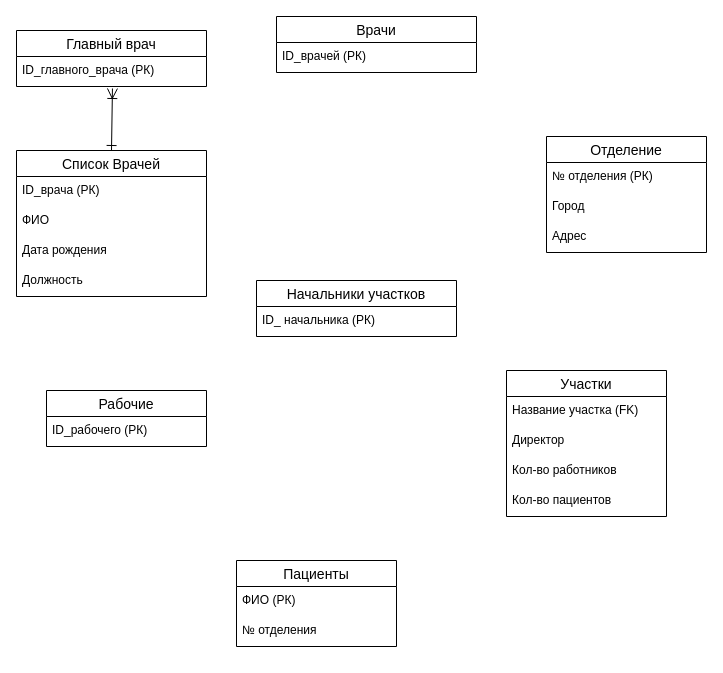
This is Диаграмма без названия.drawio from pathetic01/sql, a draw.io file, before an edit. Source tidied: cells renumbered, new cells numbered last; positions are measured from the earlier drawing's top-left corner, leaving out a move shared by most shapes. Both pictures are drawn from the tidied source at 100%, with x=0, y=0 at pixel (16, 16).
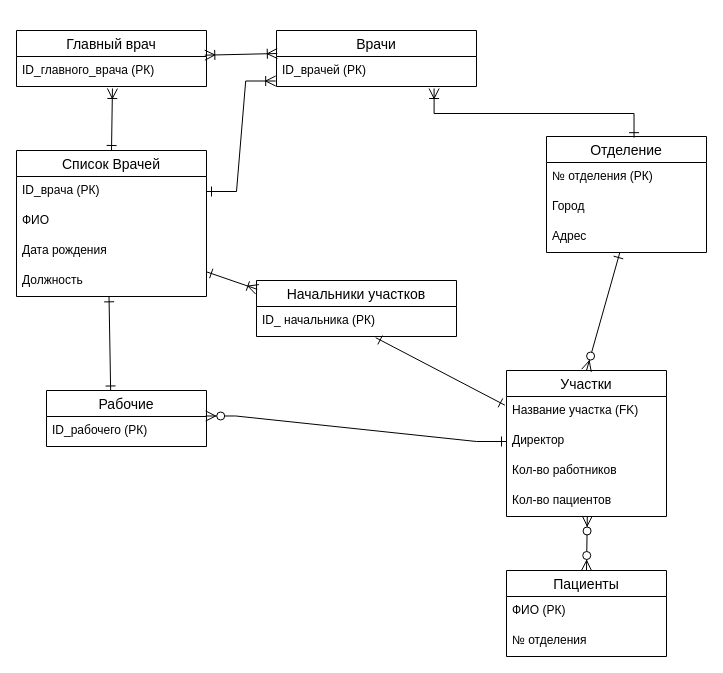
After the change.

Unchanged cells that the change refers to:
```xml
<mxCell id="3" value="ID_главного_врача (РК)" style="text;strokeColor=none;fillColor=none;spacingLeft=4;spacingRight=4;overflow=hidden;points=[[0,0.5],[1,0.5]];portConstraint=eastwest;fontSize=12;" parent="2" vertex="1">
  <mxGeometry y="26" width="190" height="30" as="geometry" />
</mxCell>
<mxCell id="5" value="ID_врачей (РК)" style="text;strokeColor=none;fillColor=none;spacingLeft=4;spacingRight=4;overflow=hidden;points=[[0,0.5],[1,0.5]];portConstraint=eastwest;fontSize=12;" parent="4" vertex="1">
  <mxGeometry y="26" width="200" height="30" as="geometry" />
</mxCell>
<mxCell id="7" value="ID_врача (РК)" style="text;strokeColor=none;fillColor=none;spacingLeft=4;spacingRight=4;overflow=hidden;points=[[0,0.5],[1,0.5]];portConstraint=eastwest;fontSize=12;" parent="6" vertex="1">
  <mxGeometry y="26" width="190" height="30" as="geometry" />
</mxCell>
<mxCell id="10" value="Должность" style="text;strokeColor=none;fillColor=none;spacingLeft=4;spacingRight=4;overflow=hidden;points=[[0,0.5],[1,0.5]];portConstraint=eastwest;fontSize=12;" parent="6" vertex="1">
  <mxGeometry y="116" width="190" height="30" as="geometry" />
</mxCell>
<mxCell id="11" value="Начальники участков" style="swimlane;fontStyle=0;horizontal=1;startSize=26;align=center;fontSize=14;" parent="1" vertex="1">
  <mxGeometry x="240" y="264" width="200" height="56" as="geometry" />
</mxCell>
<mxCell id="12" value="ID_ начальника (РК)" style="text;strokeColor=none;fillColor=none;spacingLeft=4;spacingRight=4;overflow=hidden;points=[[0,0.5],[1,0.5]];portConstraint=eastwest;fontSize=12;" parent="11" vertex="1">
  <mxGeometry y="26" width="200" height="30" as="geometry" />
</mxCell>
<mxCell id="13" value="Отделение" style="swimlane;fontStyle=0;horizontal=1;startSize=26;align=center;fontSize=14;" parent="1" vertex="1">
  <mxGeometry x="530" y="120" width="160" height="116" as="geometry" />
</mxCell>
<mxCell id="16" value="Адрес" style="text;strokeColor=none;fillColor=none;spacingLeft=4;spacingRight=4;overflow=hidden;points=[[0,0.5],[1,0.5]];portConstraint=eastwest;fontSize=12;" parent="13" vertex="1">
  <mxGeometry y="86" width="160" height="30" as="geometry" />
</mxCell>
<mxCell id="17" value="Рабочие" style="swimlane;fontStyle=0;horizontal=1;startSize=26;align=center;fontSize=14;" parent="1" vertex="1">
  <mxGeometry x="30" y="374" width="160" height="56" as="geometry" />
</mxCell>
<mxCell id="18" value="ID_рабочего (РК)" style="text;strokeColor=none;fillColor=none;spacingLeft=4;spacingRight=4;overflow=hidden;points=[[0,0.5],[1,0.5]];portConstraint=eastwest;fontSize=12;" parent="17" vertex="1">
  <mxGeometry y="26" width="160" height="30" as="geometry" />
</mxCell>
<mxCell id="19" value="Участки" style="swimlane;fontStyle=0;horizontal=1;startSize=26;align=center;fontSize=14;" parent="1" vertex="1">
  <mxGeometry x="490" y="354" width="160" height="146" as="geometry" />
</mxCell>
<mxCell id="20" value="Название участка (FK)" style="text;strokeColor=none;fillColor=none;spacingLeft=4;spacingRight=4;overflow=hidden;points=[[0,0.5],[1,0.5]];portConstraint=eastwest;fontSize=12;" parent="19" vertex="1">
  <mxGeometry y="26" width="160" height="30" as="geometry" />
</mxCell>
<mxCell id="21" value="Директор" style="text;strokeColor=none;fillColor=none;spacingLeft=4;spacingRight=4;overflow=hidden;points=[[0,0.5],[1,0.5]];portConstraint=eastwest;fontSize=12;" parent="19" vertex="1">
  <mxGeometry y="56" width="160" height="30" as="geometry" />
</mxCell>
<mxCell id="23" value="Кол-во пациентов" style="text;strokeColor=none;fillColor=none;spacingLeft=4;spacingRight=4;overflow=hidden;points=[[0,0.5],[1,0.5]];portConstraint=eastwest;fontSize=12;" parent="19" vertex="1">
  <mxGeometry y="116" width="160" height="30" as="geometry" />
</mxCell>
```

The edit, as a diff of the source:
```diff
@@
     <mxCell id="4" value="Врачи" style="swimlane;fontStyle=0;horizontal=1;startSize=26;align=center;fontSize=14;" parent="1" vertex="1">
-      <mxGeometry x="260" width="200" height="56" as="geometry" />
+      <mxGeometry x="260" y="14" width="200" height="56" as="geometry" />
     </mxCell>
@@
     <mxCell id="24" value="Пациенты" style="swimlane;fontStyle=0;horizontal=1;startSize=26;align=center;fontSize=14;" parent="1" vertex="1">
-      <mxGeometry x="220" y="544" width="160" height="86" as="geometry" />
+      <mxGeometry x="490" y="554" width="160" height="86" as="geometry" />
     </mxCell>
@@
+    <mxCell id="28" style="fontSize=12;html=1;endArrow=ERoneToMany;startArrow=ERoneToMany;rounded=0;startSize=8;endSize=8;sourcePerimeterSpacing=9;targetPerimeterSpacing=9;jumpSize=6;exitX=0.991;exitY=-0.044;exitDx=0;exitDy=0;exitPerimeter=0;entryX=0.004;entryY=0.411;entryDx=0;entryDy=0;entryPerimeter=0;" parent="1" edge="1" source="3" target="4">
+      <mxGeometry relative="1" as="geometry" />
+    </mxCell>
+    <mxCell id="29" style="fontSize=12;html=1;endArrow=ERoneToMany;startArrow=ERone;exitX=0.547;exitY=0.01;exitDx=0;exitDy=0;rounded=0;startFill=0;sourcePerimeterSpacing=9;targetPerimeterSpacing=9;jumpSize=6;startSize=8;endSize=8;exitPerimeter=0;entryX=0.788;entryY=1.067;entryDx=0;entryDy=0;entryPerimeter=0;edgeStyle=elbowEdgeStyle;elbow=vertical;" parent="1" edge="1" source="13" target="5">
+      <mxGeometry x="0.07" y="-215" relative="1" as="geometry" />
+    </mxCell>
+    <mxCell id="30" style="fontSize=12;html=1;endArrow=ERoneToMany;startArrow=ERone;rounded=0;startFill=0;sourcePerimeterSpacing=9;targetPerimeterSpacing=9;jumpSize=6;startSize=8;endSize=8;entryX=-0.004;entryY=0.817;entryDx=0;entryDy=0;entryPerimeter=0;exitX=1;exitY=0.5;exitDx=0;exitDy=0;edgeStyle=entityRelationEdgeStyle;" parent="1" edge="1" source="7" target="5">
+      <mxGeometry relative="1" as="geometry" />
+    </mxCell>
+    <mxCell id="31" style="fontSize=12;html=1;endArrow=ERoneToMany;startArrow=ERone;rounded=0;startFill=0;sourcePerimeterSpacing=9;targetPerimeterSpacing=9;jumpSize=6;startSize=8;endSize=8;entryX=0.004;entryY=0.158;entryDx=0;entryDy=0;entryPerimeter=0;exitX=1;exitY=0.178;exitDx=0;exitDy=0;exitPerimeter=0;" parent="1" edge="1" source="10" target="11">
+      <mxGeometry x="-0.6" y="-165" relative="1" as="geometry" />
+    </mxCell>
+    <mxCell id="32" style="edgeStyle=entityRelationEdgeStyle;fontSize=12;html=1;endArrow=ERzeroToMany;startArrow=ERone;rounded=0;startSize=8;endSize=8;sourcePerimeterSpacing=9;targetPerimeterSpacing=9;jumpSize=6;entryX=0.995;entryY=-0.017;entryDx=0;entryDy=0;entryPerimeter=0;exitX=0;exitY=0.5;exitDx=0;exitDy=0;startFill=0;" parent="1" edge="1" source="21" target="18">
+      <mxGeometry relative="1" as="geometry" />
+    </mxCell>
+    <mxCell id="33" style="fontSize=12;html=1;endArrow=ERone;rounded=0;startSize=8;endSize=8;sourcePerimeterSpacing=9;targetPerimeterSpacing=9;jumpSize=6;entryX=-0.01;entryY=0.289;entryDx=0;entryDy=0;entryPerimeter=0;exitX=0.596;exitY=1.039;exitDx=0;exitDy=0;exitPerimeter=0;endFill=0;startArrow=ERone;startFill=0;" parent="1" edge="1" source="12" target="20">
+      <mxGeometry relative="1" as="geometry" />
+    </mxCell>
+    <mxCell id="34" style="fontSize=12;html=1;endArrow=ERzeroToMany;startArrow=ERone;rounded=0;startSize=8;endSize=8;sourcePerimeterSpacing=9;targetPerimeterSpacing=9;jumpSize=6;entryX=0.5;entryY=0;entryDx=0;entryDy=0;exitX=0.458;exitY=1.006;exitDx=0;exitDy=0;startFill=0;exitPerimeter=0;" parent="1" edge="1" source="16" target="19">
+      <mxGeometry relative="1" as="geometry" />
+    </mxCell>
+    <mxCell id="35" style="fontSize=12;html=1;endArrow=ERone;rounded=0;startSize=8;endSize=8;sourcePerimeterSpacing=9;targetPerimeterSpacing=9;jumpSize=6;entryX=0.401;entryY=0.009;entryDx=0;entryDy=0;entryPerimeter=0;exitX=0.487;exitY=1.011;exitDx=0;exitDy=0;exitPerimeter=0;endFill=0;startArrow=ERone;startFill=0;" parent="1" edge="1" source="10" target="17">
+      <mxGeometry relative="1" as="geometry" />
+    </mxCell>
+    <mxCell id="36" style="fontSize=12;html=1;endArrow=ERzeroToMany;endFill=1;startArrow=ERzeroToMany;rounded=0;startSize=8;endSize=8;sourcePerimeterSpacing=9;targetPerimeterSpacing=9;jumpSize=6;entryX=0.505;entryY=0.983;entryDx=0;entryDy=0;entryPerimeter=0;exitX=0.5;exitY=0;exitDx=0;exitDy=0;" parent="1" edge="1" source="24" target="23">
+      <mxGeometry relative="1" as="geometry" />
+    </mxCell>
```
